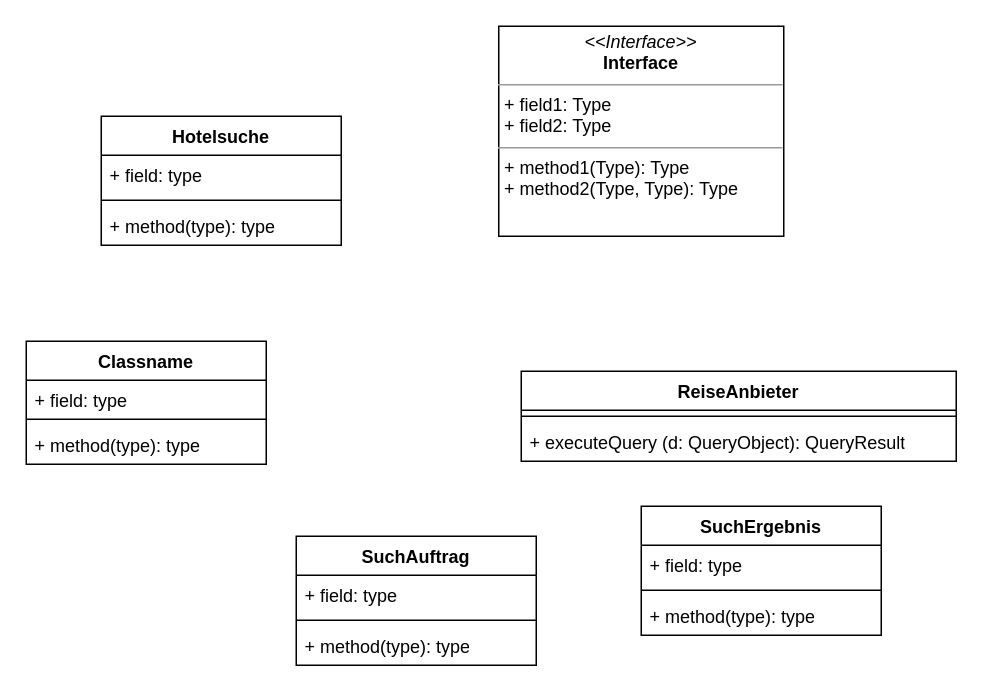
tobiasenger/zeichnungen keeps this draw.io diagram as SE1A8_1a.drawio. Above is the earlier version. Source tidied: cells renumbered, new cells numbered last; positions are measured from the earlier drawing's top-left corner, leaving out a move shared by most shapes. Both pictures are drawn from the tidied source at 150%, with x=0, y=0 at pixel (26, 26).
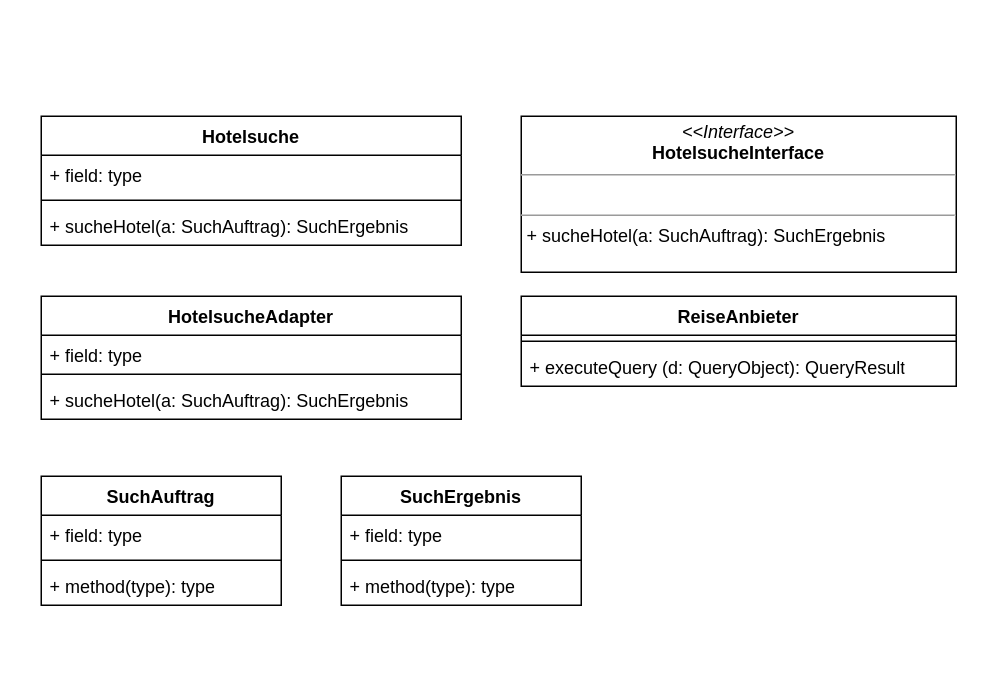
Above is the later version.

The edit, as a diff of the source:
```diff
@@
     <mxCell id="2" value="Hotelsuche" style="swimlane;fontStyle=1;align=center;verticalAlign=top;horizontal=1;startSize=26;whiteSpace=wrap;html=1;" parent="1" vertex="1">
-      <mxGeometry x="50" y="60" width="160" height="86" as="geometry" />
+      <mxGeometry x="10" y="60" width="280" height="86" as="geometry" />
     </mxCell>
-    <mxCell id="3" value="+ field: type" style="text;strokeColor=none;fillColor=none;align=left;verticalAlign=top;spacingLeft=4;spacingRight=4;overflow=hidden;whiteSpace=wrap;html=1;" parent="2" vertex="1">
-      <mxGeometry y="26" width="160" height="26" as="geometry" />
+    <mxCell id="3" value="+ field: type" style="text;align=left;verticalAlign=top;spacingLeft=4;spacingRight=4;overflow=hidden;whiteSpace=wrap;html=1;" parent="2" vertex="1">
+      <mxGeometry y="26" width="280" height="26" as="geometry" />
     </mxCell>
     <mxCell id="4" style="line;strokeWidth=1;fillColor=none;align=left;verticalAlign=middle;spacingTop=-1;spacingLeft=3;spacingRight=3;labelPosition=right;strokeColor=inherit;" parent="2" vertex="1">
-      <mxGeometry y="52" width="160" height="8" as="geometry" />
+      <mxGeometry y="52" width="280" height="8" as="geometry" />
     </mxCell>
-    <mxCell id="5" value="+ method(type): type" style="text;strokeColor=none;fillColor=none;align=left;verticalAlign=top;spacingLeft=4;spacingRight=4;overflow=hidden;whiteSpace=wrap;html=1;" parent="2" vertex="1">
-      <mxGeometry y="60" width="160" height="26" as="geometry" />
+    <mxCell id="5" value="+ sucheHotel(a: SuchAuftrag): SuchErgebnis&amp;nbsp;" style="text;strokeColor=none;fillColor=none;align=left;verticalAlign=top;spacingLeft=4;spacingRight=4;overflow=hidden;whiteSpace=wrap;html=1;" parent="2" vertex="1">
+      <mxGeometry y="60" width="280" height="26" as="geometry" />
     </mxCell>
     <mxCell id="6" value="ReiseAnbieter" style="swimlane;fontStyle=1;align=center;verticalAlign=top;horizontal=1;startSize=26;whiteSpace=wrap;html=1;" parent="1" vertex="1">
-      <mxGeometry x="330" y="230" width="290" height="60" as="geometry" />
+      <mxGeometry x="330" y="180" width="290" height="60" as="geometry" />
     </mxCell>
@@
-    <mxCell id="9" value="Classname" style="swimlane;fontStyle=1;align=center;verticalAlign=top;horizontal=1;startSize=26;whiteSpace=wrap;html=1;" parent="1" vertex="1">
-      <mxGeometry y="210" width="160" height="82" as="geometry" />
+    <mxCell id="9" value="HotelsucheAdapter" style="swimlane;fontStyle=1;align=center;verticalAlign=top;horizontal=1;startSize=26;whiteSpace=wrap;html=1;" parent="1" vertex="1">
+      <mxGeometry x="10" y="180" width="280" height="82" as="geometry" />
     </mxCell>
     <mxCell id="10" value="+ field: type" style="text;strokeColor=none;fillColor=none;align=left;verticalAlign=top;spacingLeft=4;spacingRight=4;overflow=hidden;whiteSpace=wrap;html=1;" parent="9" vertex="1">
-      <mxGeometry y="26" width="160" height="22" as="geometry" />
+      <mxGeometry y="26" width="280" height="22" as="geometry" />
     </mxCell>
     <mxCell id="11" style="line;strokeWidth=1;fillColor=none;align=left;verticalAlign=middle;spacingTop=-1;spacingLeft=3;spacingRight=3;labelPosition=right;strokeColor=inherit;" parent="9" vertex="1">
-      <mxGeometry y="48" width="160" height="8" as="geometry" />
+      <mxGeometry y="48" width="280" height="8" as="geometry" />
     </mxCell>
-    <mxCell id="12" value="+ method(type): type" style="text;strokeColor=none;fillColor=none;align=left;verticalAlign=top;spacingLeft=4;spacingRight=4;overflow=hidden;whiteSpace=wrap;html=1;" parent="9" vertex="1">
-      <mxGeometry y="56" width="160" height="26" as="geometry" />
+    <mxCell id="12" value="+ sucheHotel(a: SuchAuftrag): SuchErgebnis" style="text;strokeColor=none;fillColor=none;align=left;verticalAlign=top;spacingLeft=4;spacingRight=4;overflow=hidden;whiteSpace=wrap;html=1;" parent="9" vertex="1">
+      <mxGeometry y="56" width="280" height="26" as="geometry" />
     </mxCell>
-    <mxCell id="13" value="&lt;p style=&quot;margin:0px;margin-top:4px;text-align:center;&quot;&gt;&lt;i&gt;&amp;lt;&amp;lt;Interface&amp;gt;&amp;gt;&lt;/i&gt;&lt;br/&gt;&lt;b&gt;Interface&lt;/b&gt;&lt;/p&gt;&lt;hr size=&quot;1&quot;/&gt;&lt;p style=&quot;margin:0px;margin-left:4px;&quot;&gt;+ field1: Type&lt;br/&gt;+ field2: Type&lt;/p&gt;&lt;hr size=&quot;1&quot;/&gt;&lt;p style=&quot;margin:0px;margin-left:4px;&quot;&gt;+ method1(Type): Type&lt;br/&gt;+ method2(Type, Type): Type&lt;/p&gt;" style="verticalAlign=top;align=left;overflow=fill;fontSize=12;fontFamily=Helvetica;html=1;whiteSpace=wrap;" parent="1" vertex="1">
-      <mxGeometry x="315" width="190" height="140" as="geometry" />
+    <mxCell id="13" value="&lt;p style=&quot;margin:0px;margin-top:4px;text-align:center;&quot;&gt;&lt;i&gt;&amp;lt;&amp;lt;Interface&amp;gt;&amp;gt;&lt;/i&gt;&lt;br&gt;&lt;b&gt;HotelsucheInterface&lt;/b&gt;&lt;/p&gt;&lt;hr size=&quot;1&quot;&gt;&lt;p style=&quot;margin:0px;margin-left:4px;&quot;&gt;&lt;br&gt;&lt;/p&gt;&lt;hr size=&quot;1&quot;&gt;&lt;p style=&quot;margin:0px;margin-left:4px;&quot;&gt;+ sucheHotel(a: SuchAuftrag): SuchErgebnis&lt;/p&gt;" style="verticalAlign=top;align=left;overflow=fill;fontSize=12;fontFamily=Helvetica;html=1;whiteSpace=wrap;fillColor=none;" parent="1" vertex="1">
+      <mxGeometry x="330" y="60" width="290" height="104" as="geometry" />
     </mxCell>
     <mxCell id="14" value="SuchAuftrag" style="swimlane;fontStyle=1;align=center;verticalAlign=top;horizontal=1;startSize=26;whiteSpace=wrap;html=1;" parent="1" vertex="1">
-      <mxGeometry x="180" y="340" width="160" height="86" as="geometry" />
+      <mxGeometry x="10" y="300" width="160" height="86" as="geometry" />
     </mxCell>
@@
     <mxCell id="18" value="SuchErgebnis" style="swimlane;fontStyle=1;align=center;verticalAlign=top;horizontal=1;startSize=26;whiteSpace=wrap;html=1;" parent="1" vertex="1">
-      <mxGeometry x="410" y="320" width="160" height="86" as="geometry" />
+      <mxGeometry x="210" y="300" width="160" height="86" as="geometry" />
     </mxCell>
```
